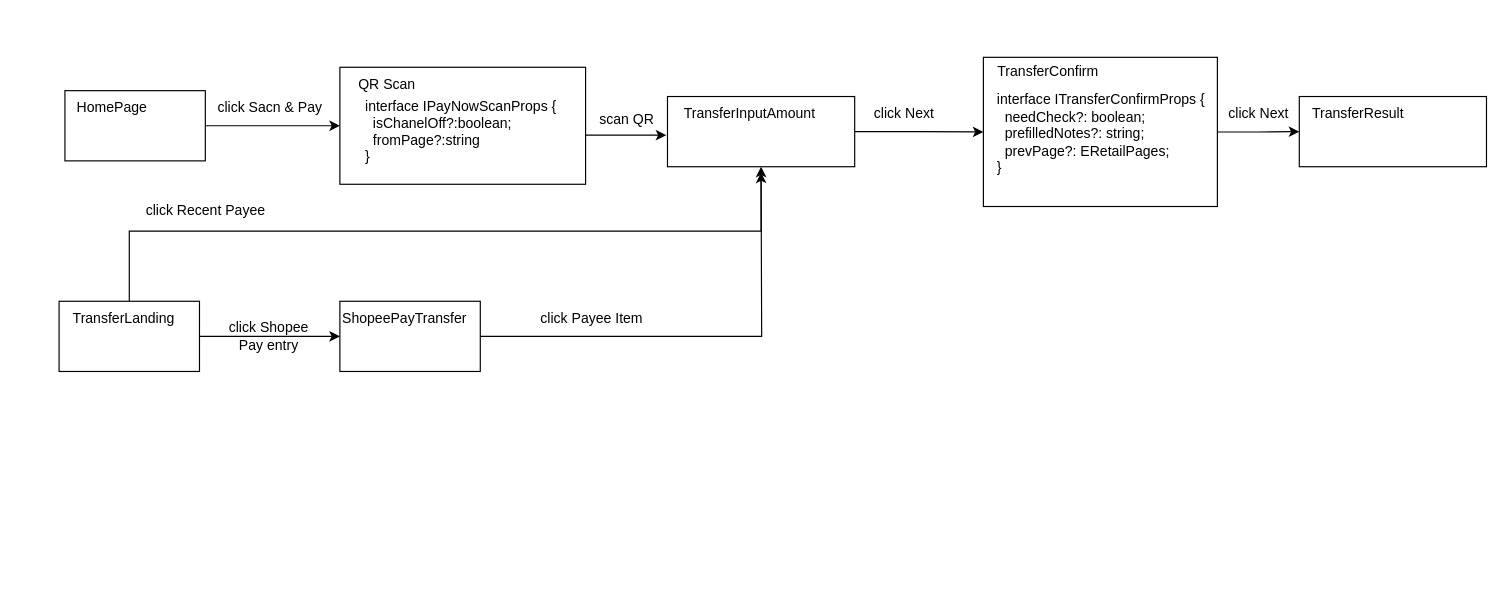
Before: page "第 3 页" (3 of 4) of SSP E-wallet top-up.drawio in RexYao97/sfrex, a draw.io diagram. Source tidied: cells renumbered, new cells numbered last; positions are measured from the earlier drawing's top-left corner, leaving out a move shared by most shapes. Both pictures are drawn from the tidied source at 117%, with x=0, y=0 at pixel (58, 54).
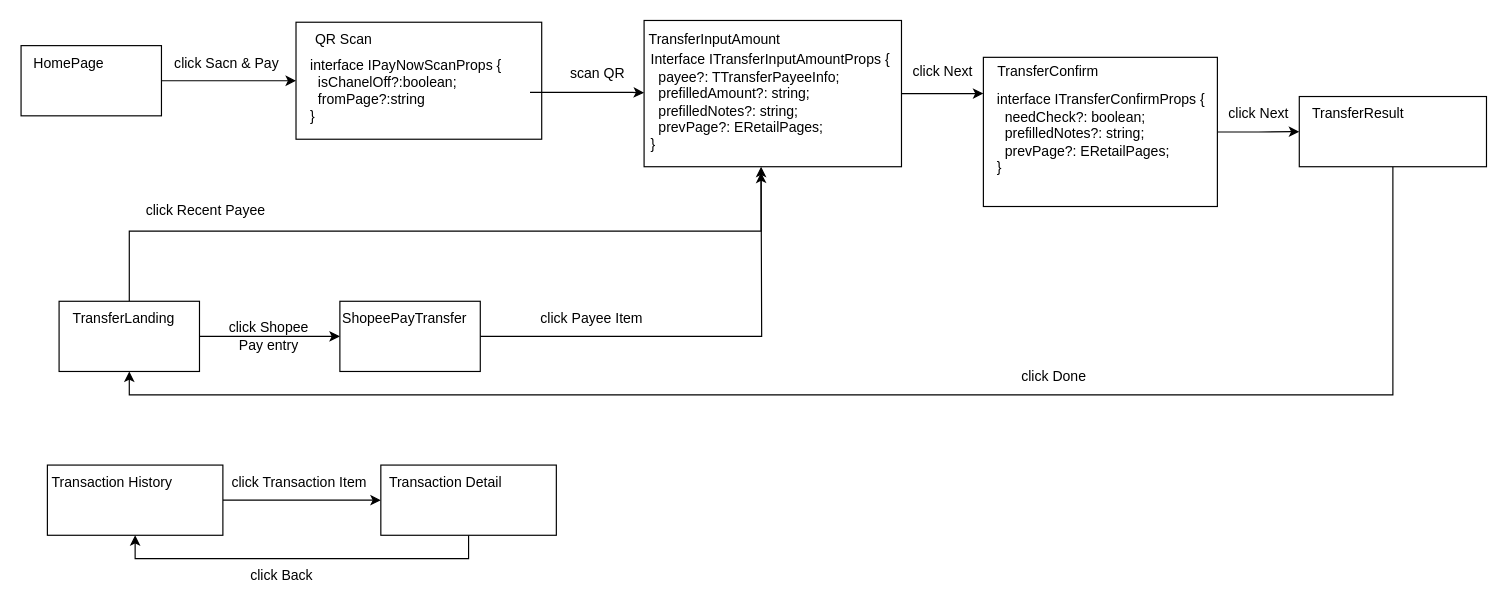
The same diagram, later.

The change refers to these unchanged cells:
```xml
<mxCell id="14" style="rounded=0;whiteSpace=wrap;html=1;" parent="1" vertex="1">
  <mxGeometry x="790" y="2.5" width="200" height="127.5" as="geometry" />
</mxCell>
<mxCell id="16" style="rounded=0;whiteSpace=wrap;html=1;" parent="1" vertex="1">
  <mxGeometry x="1060" y="36" width="160" height="60" as="geometry" />
</mxCell>
<mxCell id="21" style="rounded=0;whiteSpace=wrap;html=1;" parent="1" vertex="1">
  <mxGeometry y="211" width="120" height="60" as="geometry" />
</mxCell>
```

Change to the diagram source:
```diff
@@
     <mxCell id="3" style="rounded=0;whiteSpace=wrap;html=1;" parent="1" vertex="1">
-      <mxGeometry x="5" y="31" width="120" height="60" as="geometry" />
+      <mxGeometry x="-32.5" y="-7.5" width="120" height="60" as="geometry" />
     </mxCell>
     <mxCell id="4" value="HomePage" style="text;html=1;align=center;verticalAlign=middle;strokeColor=none;fillColor=none;" parent="1" vertex="1">
-      <mxGeometry x="5" y="31" width="80" height="30" as="geometry" />
+      <mxGeometry x="-32.5" y="-7.5" width="80" height="30" as="geometry" />
     </mxCell>
     <mxCell id="5" style="rounded=0;whiteSpace=wrap;html=1;" parent="1" vertex="1">
-      <mxGeometry x="240" y="11" width="210" height="100" as="geometry" />
+      <mxGeometry x="202.5" y="-27.5" width="210" height="100" as="geometry" />
     </mxCell>
     <mxCell id="6" value="QR Scan" style="text;html=1;align=center;verticalAlign=middle;strokeColor=none;fillColor=none;" parent="1" vertex="1">
-      <mxGeometry x="245" y="11" width="70" height="30" as="geometry" />
+      <mxGeometry x="207.5" y="-27.5" width="70" height="30" as="geometry" />
     </mxCell>
     <mxCell id="7" value="click Sacn &amp;amp; Pay" style="text;html=1;align=center;verticalAlign=middle;strokeColor=none;fillColor=none;" parent="1" vertex="1">
-      <mxGeometry x="125" y="31" width="110" height="30" as="geometry" />
+      <mxGeometry x="87.5" y="-7.5" width="110" height="30" as="geometry" />
     </mxCell>
-    <mxCell id="8" style="edgeStyle=orthogonalEdgeStyle;rounded=0;jettySize=auto;html=1;entryX=-0.007;entryY=1.1;entryDx=0;entryDy=0;entryPerimeter=0;" parent="1" edge="1" source="9" target="12">
+    <mxCell id="8" style="edgeStyle=orthogonalEdgeStyle;rounded=0;jettySize=auto;html=1;entryX=0;entryY=0.682;entryDx=0;entryDy=0;entryPerimeter=0;" parent="1" edge="1" source="9">
       <mxGeometry relative="1" as="geometry">
+        <mxPoint x="500" y="32.8" as="targetPoint" />
         <Array as="points">
-          <mxPoint x="490" y="69" />
-          <mxPoint x="490" y="69" />
+          <mxPoint x="490" y="32.5" />
+          <mxPoint x="490" y="32.5" />
         </Array>
       </mxGeometry>
     </mxCell>
     <mxCell id="9" value="interface IPayNowScanProps {&lt;br&gt;&amp;nbsp; isChanelOff?:boolean;&lt;br&gt;&amp;nbsp; fromPage?:string&lt;br&gt;}" style="text;html=1;align=left;verticalAlign=middle;points=[];strokeColor=none;fillColor=none;" parent="1" vertex="1">
-      <mxGeometry x="260" y="31" width="190" height="70" as="geometry" />
+      <mxGeometry x="212.5" y="-4" width="190" height="70" as="geometry" />
     </mxCell>
     <mxCell id="10" style="edgeStyle=orthogonalEdgeStyle;rounded=0;jettySize=auto;html=1;" parent="1" edge="1" source="11" target="14">
-      <mxGeometry relative="1" as="geometry" />
+      <mxGeometry relative="1" as="geometry">
+        <Array as="points">
+          <mxPoint x="700" y="66" />
+          <mxPoint x="700" y="66" />
+        </Array>
+      </mxGeometry>
     </mxCell>
     <mxCell id="11" style="rounded=0;whiteSpace=wrap;html=1;" parent="1" vertex="1">
-      <mxGeometry x="520" y="36" width="160" height="60" as="geometry" />
+      <mxGeometry x="500" y="-29" width="220" height="125" as="geometry" />
     </mxCell>
     <mxCell id="12" value="TransferInputAmount" style="text;html=1;align=center;verticalAlign=middle;points=[];strokeColor=none;fillColor=none;" parent="1" vertex="1">
-      <mxGeometry x="520" y="36" width="140" height="30" as="geometry" />
+      <mxGeometry x="490" y="-27.5" width="140" height="30" as="geometry" />
     </mxCell>
@@
+    <mxCell id="32" style="edgeStyle=orthogonalEdgeStyle;rounded=0;jettySize=auto;html=1;entryX=0.5;entryY=1;entryDx=0;entryDy=0;" parent="1" edge="1" source="16" target="21">
+      <mxGeometry relative="1" as="geometry">
+        <Array as="points">
+          <mxPoint x="1140" y="291" />
+          <mxPoint x="60" y="291" />
+        </Array>
+      </mxGeometry>
+    </mxCell>
@@
-    <mxCell id="19" style="edgeStyle=orthogonalEdgeStyle;rounded=0;jettySize=auto;html=1;entryX=0.5;entryY=1;entryDx=0;entryDy=0;" parent="1" edge="1" source="21" target="11">
+    <mxCell id="19" style="edgeStyle=orthogonalEdgeStyle;rounded=0;jettySize=auto;html=1;" parent="1" edge="1" source="21">
       <mxGeometry relative="1" as="geometry">
+        <mxPoint x="600" y="96" as="targetPoint" />
         <Array as="points">
           <mxPoint x="60" y="151" />
           <mxPoint x="600" y="151" />
         </Array>
       </mxGeometry>
     </mxCell>
@@
     <mxCell id="29" value="click Next" style="text;html=1;align=center;verticalAlign=middle;strokeColor=none;fillColor=none;" parent="1" vertex="1">
-      <mxGeometry x="687" y="36" width="70" height="30" as="geometry" />
+      <mxGeometry x="720" width="70" height="30" as="geometry" />
     </mxCell>
@@
     <mxCell id="31" value="scan QR" style="text;html=1;align=center;verticalAlign=middle;strokeColor=none;fillColor=none;" parent="1" vertex="1">
-      <mxGeometry x="450" y="41" width="70" height="30" as="geometry" />
+      <mxGeometry x="425" y="1.5" width="70" height="30" as="geometry" />
     </mxCell>
+    <mxCell id="33" style="edgeStyle=orthogonalEdgeStyle;rounded=0;jettySize=auto;html=1;entryX=0;entryY=0.5;entryDx=0;entryDy=0;" parent="1" edge="1" source="34" target="37">
+      <mxGeometry relative="1" as="geometry" />
+    </mxCell>
+    <mxCell id="34" style="rounded=0;whiteSpace=wrap;html=1;" parent="1" vertex="1">
+      <mxGeometry x="-10" y="351" width="150" height="60" as="geometry" />
+    </mxCell>
+    <mxCell id="35" value="Transaction History" style="text;html=1;align=center;verticalAlign=middle;strokeColor=none;fillColor=none;" parent="1" vertex="1">
+      <mxGeometry x="-20" y="351" width="130" height="30" as="geometry" />
+    </mxCell>
+    <mxCell id="36" style="edgeStyle=orthogonalEdgeStyle;rounded=0;jettySize=auto;html=1;entryX=0.5;entryY=1;entryDx=0;entryDy=0;" parent="1" edge="1" source="37" target="34">
+      <mxGeometry relative="1" as="geometry">
+        <Array as="points">
+          <mxPoint x="350" y="431" />
+          <mxPoint x="65" y="431" />
+        </Array>
+      </mxGeometry>
+    </mxCell>
+    <mxCell id="37" style="rounded=0;whiteSpace=wrap;html=1;" parent="1" vertex="1">
+      <mxGeometry x="275" y="351" width="150" height="60" as="geometry" />
+    </mxCell>
+    <mxCell id="38" value="Transaction Detail" style="text;html=1;align=center;verticalAlign=middle;strokeColor=none;fillColor=none;" parent="1" vertex="1">
+      <mxGeometry x="270" y="351" width="120" height="30" as="geometry" />
+    </mxCell>
+    <mxCell id="39" value="click Transaction Item" style="text;html=1;align=center;verticalAlign=middle;strokeColor=none;fillColor=none;" parent="1" vertex="1">
+      <mxGeometry x="135" y="351" width="140" height="30" as="geometry" />
+    </mxCell>
+    <mxCell id="40" value="click Done" style="text;html=1;align=center;verticalAlign=middle;strokeColor=none;fillColor=none;" parent="1" vertex="1">
+      <mxGeometry x="810" y="261" width="80" height="30" as="geometry" />
+    </mxCell>
+    <mxCell id="41" value="click Back" style="text;html=1;align=center;verticalAlign=middle;strokeColor=none;fillColor=none;" parent="1" vertex="1">
+      <mxGeometry x="150" y="431" width="80" height="30" as="geometry" />
+    </mxCell>
+    <mxCell id="42" value="Interface ITransferInputAmountProps {&lt;br&gt;&lt;div style=&quot;border-color: var(--border-color);&quot;&gt;&amp;nbsp; payee?: TTransferPayeeInfo;&lt;/div&gt;&lt;div style=&quot;border-color: var(--border-color);&quot;&gt;&amp;nbsp; prefilledAmount?: string;&lt;/div&gt;&lt;div style=&quot;border-color: var(--border-color);&quot;&gt;&amp;nbsp; prefilledNotes?: string;&lt;/div&gt;&lt;div style=&quot;border-color: var(--border-color);&quot;&gt;&amp;nbsp; prevPage?: ERetailPages;&lt;/div&gt;&lt;div style=&quot;border-color: var(--border-color);&quot;&gt;}&lt;/div&gt;" style="text;html=1;align=left;verticalAlign=middle;strokeColor=none;fillColor=none;" parent="1" vertex="1">
+      <mxGeometry x="504" y="-9" width="230" height="100" as="geometry" />
+    </mxCell>
```
